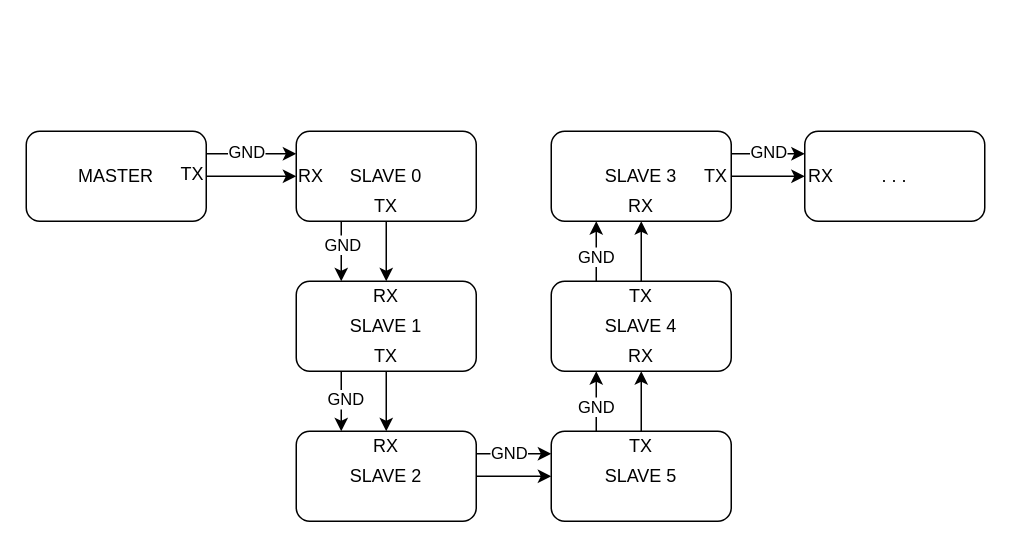
Above: arduino_daisy_chain/daisy_chain.drawio in ahmaddidiks/Arduino (draw.io), before the change. Source tidied: cells renumbered, new cells numbered last; positions are measured from the earlier drawing's top-left corner, leaving out a move shared by most shapes. Both pictures are drawn from the tidied source at 150%, with x=0, y=0 at pixel (26, 130).
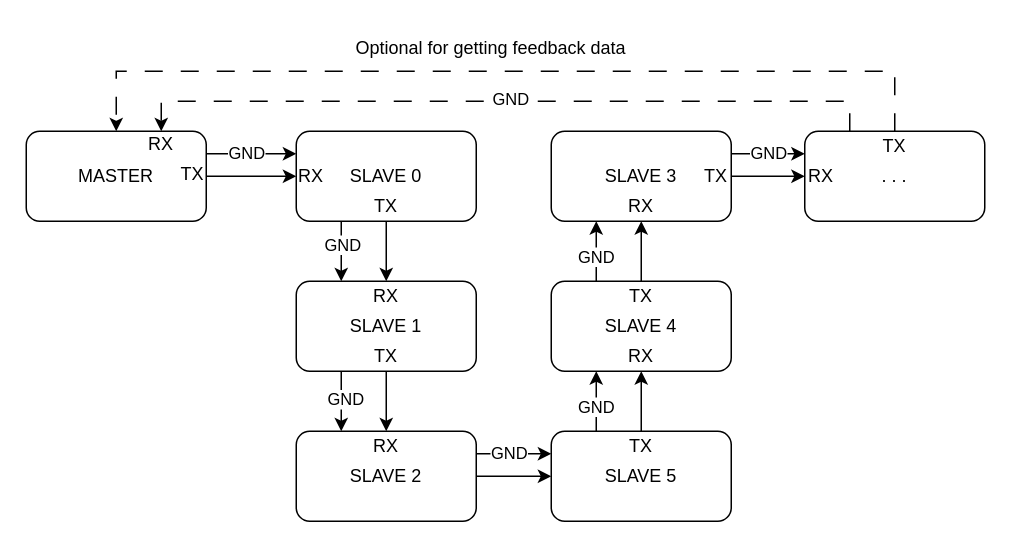
The same page after the edit.

Unchanged cells that the change refers to:
```xml
<mxCell id="5" value="MASTER" style="rounded=1;whiteSpace=wrap;html=1;" parent="1" vertex="1">
  <mxGeometry width="120" height="60" as="geometry" />
</mxCell>
<mxCell id="30" value=". . ." style="rounded=1;whiteSpace=wrap;html=1;" parent="1" vertex="1">
  <mxGeometry x="519" width="120" height="60" as="geometry" />
</mxCell>
```

What changed in the source:
```diff
@@
+    <mxCell id="43" style="edgeStyle=orthogonalEdgeStyle;rounded=0;jettySize=auto;html=1;entryX=0.5;entryY=0;entryDx=0;entryDy=0;dashed=1;dashPattern=12 12;" parent="1" edge="1" source="30" target="5">
+      <mxGeometry relative="1" as="geometry">
+        <Array as="points">
+          <mxPoint x="579" y="-40" />
+          <mxPoint x="60" y="-40" />
+        </Array>
+      </mxGeometry>
+    </mxCell>
+    <mxCell id="44" style="edgeStyle=orthogonalEdgeStyle;rounded=0;jettySize=auto;html=1;exitX=0.25;exitY=0;exitDx=0;exitDy=0;entryX=0.75;entryY=0;entryDx=0;entryDy=0;dashed=1;dashPattern=12 12;" parent="1" edge="1" source="30" target="5">
+      <mxGeometry relative="1" as="geometry" />
+    </mxCell>
+    <mxCell id="45" value="GND" style="edgeLabel;html=1;align=center;verticalAlign=middle;" parent="44" vertex="1">
+      <mxGeometry x="-0.01" y="-2" relative="1" as="geometry" />
+    </mxCell>
@@
+    <mxCell id="46" value="TX" style="text;html=1;strokeColor=none;fillColor=none;align=center;verticalAlign=middle;whiteSpace=wrap;rounded=0;" parent="1" vertex="1">
+      <mxGeometry x="559" width="40" height="20" as="geometry" />
+    </mxCell>
+    <mxCell id="47" value="RX" style="text;html=1;strokeColor=none;fillColor=none;align=center;verticalAlign=middle;whiteSpace=wrap;rounded=0;" parent="1" vertex="1">
+      <mxGeometry x="70" y="-1" width="40" height="20" as="geometry" />
+    </mxCell>
+    <mxCell id="48" value="Optional for getting feedback data" style="text;html=1;strokeColor=none;fillColor=none;align=center;verticalAlign=middle;whiteSpace=wrap;rounded=0;" parent="1" vertex="1">
+      <mxGeometry x="200" y="-70" width="220" height="30" as="geometry" />
+    </mxCell>
```
